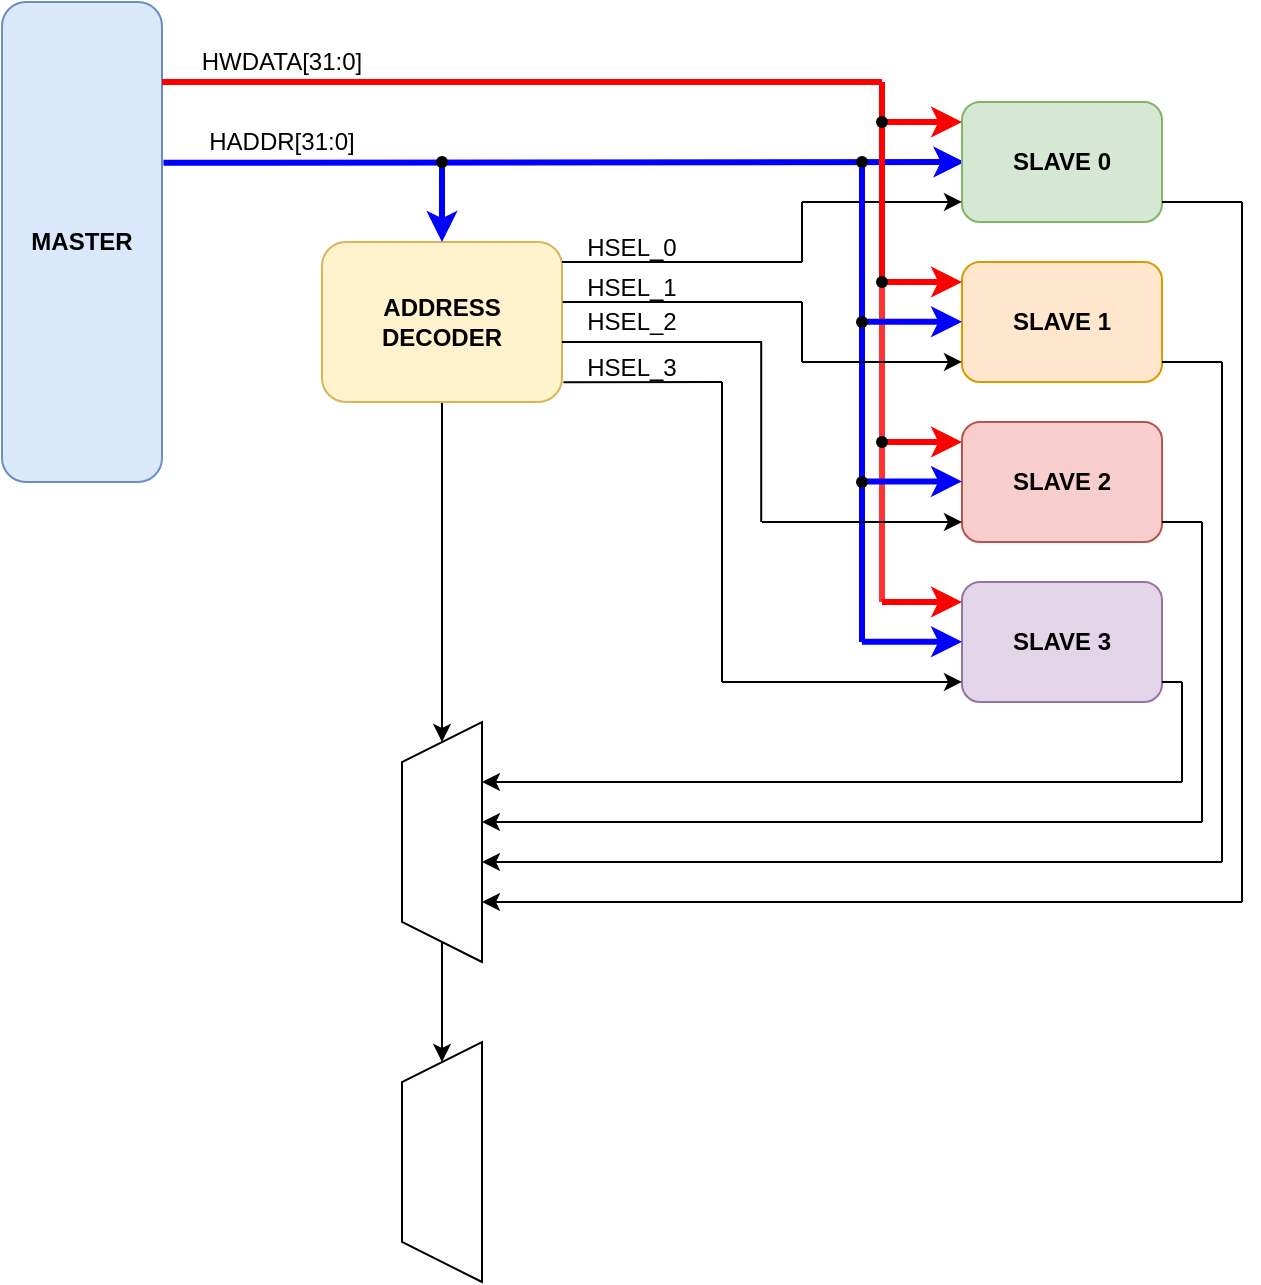
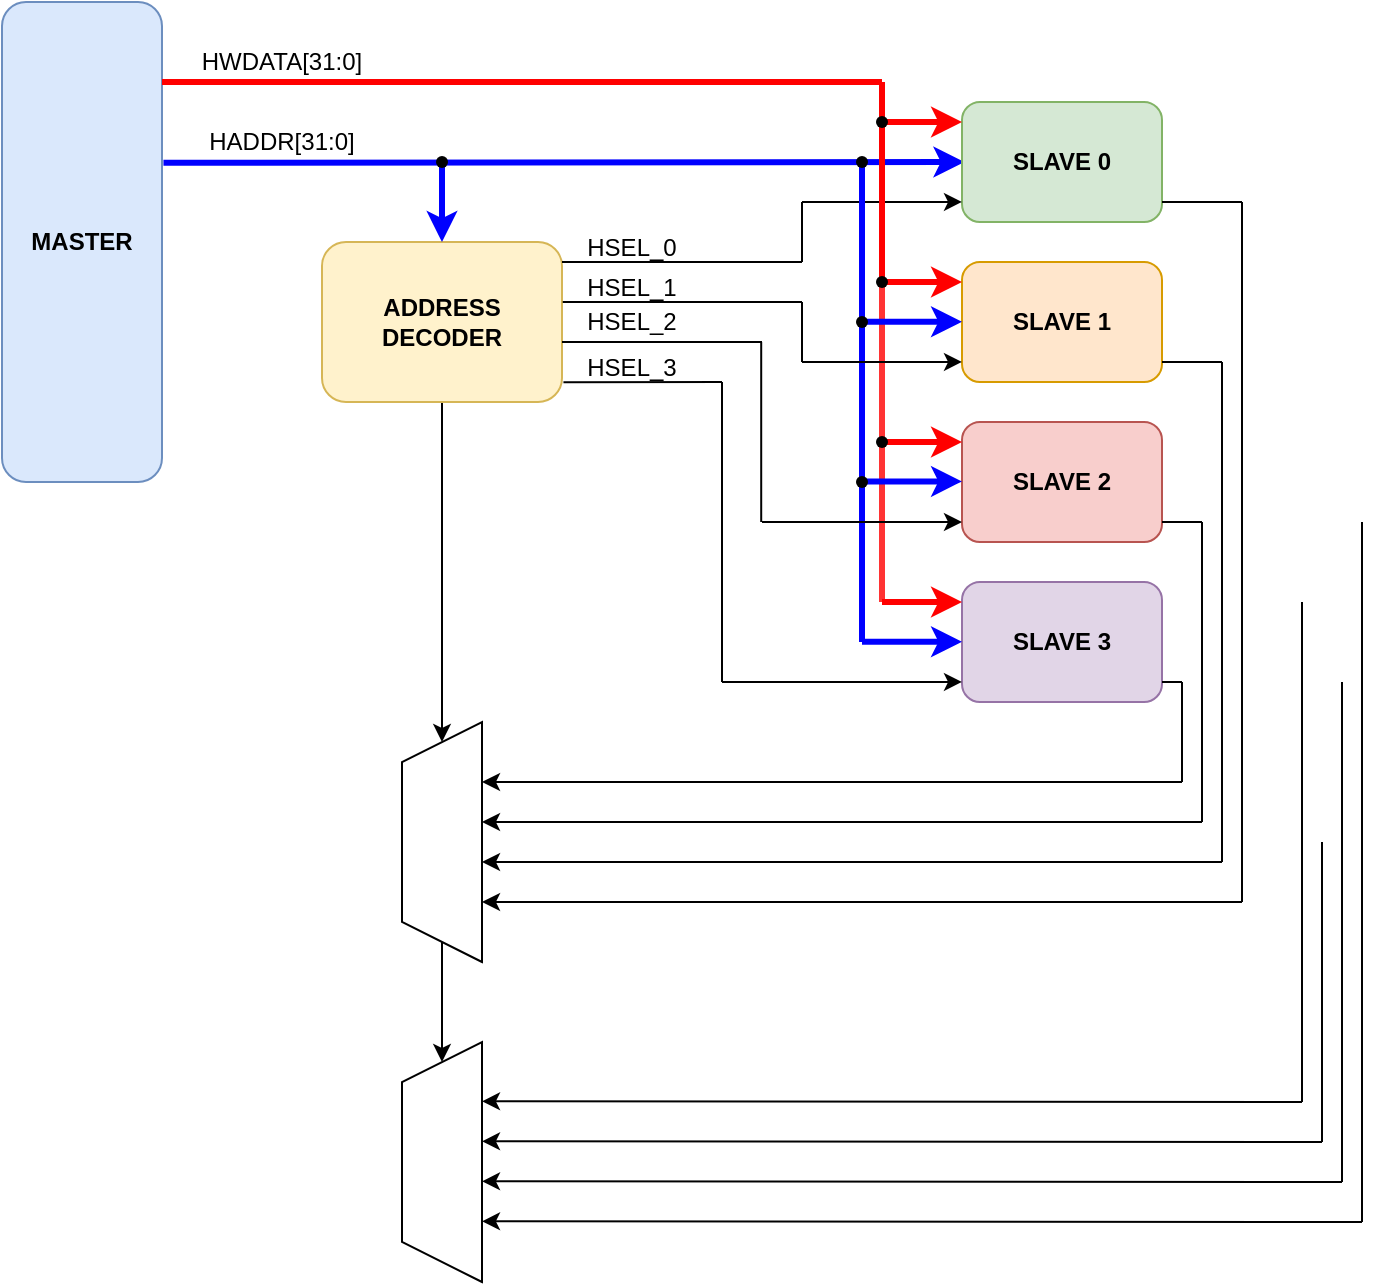
<mxfile host="app.diagrams.net" agent="Mozilla/5.0 (Windows NT 10.0; Win64; x64) AppleWebKit/537.36 (KHTML, like Gecko) Chrome/144.0.0.0 Safari/537.36 Edg/144.0.0.0" pages="4">
  <diagram id="00dOMP4ly3Yvcw6Omt_P" name="AHB Block Diagram">
-     <mxGraphModel dx="527" dy="762" grid="1" gridSize="10" guides="1" tooltips="1" connect="1" arrows="1" fold="1" page="1" pageScale="1" pageWidth="850" pageHeight="1100" math="0" shadow="0">
+     <mxGraphModel dx="178" dy="257" grid="1" gridSize="10" guides="1" tooltips="1" connect="1" arrows="1" fold="1" page="1" pageScale="1" pageWidth="850" pageHeight="1100" math="0" shadow="0">
      <root>
        <mxCell id="0" />
        <mxCell id="1" parent="0" />
        <mxCell id="WVtcaOnAu4kVJNJomXHp-1" parent="1" style="rounded=1;whiteSpace=wrap;html=1;fillColor=#dae8fc;strokeColor=#6c8ebf;" value="&lt;b&gt;MASTER&lt;/b&gt;" vertex="1">
          <mxGeometry height="240" width="80" x="80" y="160" as="geometry" />
        </mxCell>
        <mxCell id="WVtcaOnAu4kVJNJomXHp-55" edge="1" parent="1" source="WVtcaOnAu4kVJNJomXHp-3" style="edgeStyle=orthogonalEdgeStyle;rounded=0;orthogonalLoop=1;jettySize=auto;html=1;entryX=1;entryY=0.5;entryDx=0;entryDy=0;" target="WVtcaOnAu4kVJNJomXHp-53">
          <mxGeometry relative="1" as="geometry" />
        </mxCell>
        <mxCell id="WVtcaOnAu4kVJNJomXHp-3" parent="1" style="rounded=1;whiteSpace=wrap;html=1;fillColor=#fff2cc;strokeColor=#d6b656;" value="&lt;b&gt;ADDRESS DECODER&lt;/b&gt;" vertex="1">
          <mxGeometry height="80" width="120" x="240" y="280" as="geometry" />
        </mxCell>
        <mxCell id="WVtcaOnAu4kVJNJomXHp-4" edge="1" parent="1" source="WVtcaOnAu4kVJNJomXHp-1" style="endArrow=classic;html=1;rounded=0;exitX=1.009;exitY=0.335;exitDx=0;exitDy=0;exitPerimeter=0;strokeWidth=3;strokeColor=#0000FF;" value="">
          <mxGeometry height="50" relative="1" width="50" as="geometry">
            <mxPoint x="170" y="240" as="sourcePoint" />
            <mxPoint x="561.2" y="240" as="targetPoint" />
          </mxGeometry>
        </mxCell>
        <mxCell id="WVtcaOnAu4kVJNJomXHp-5" edge="1" parent="1" source="WVtcaOnAu4kVJNJomXHp-6" style="endArrow=classic;html=1;rounded=0;entryX=0.5;entryY=0;entryDx=0;entryDy=0;strokeWidth=3;strokeColor=#0000FF;" target="WVtcaOnAu4kVJNJomXHp-3" value="">
          <mxGeometry height="50" relative="1" width="50" as="geometry">
            <mxPoint x="340" y="240" as="sourcePoint" />
            <mxPoint x="390" y="190" as="targetPoint" />
          </mxGeometry>
        </mxCell>
        <mxCell id="WVtcaOnAu4kVJNJomXHp-6" parent="1" style="shape=waypoint;sketch=0;fillStyle=solid;size=6;pointerEvents=1;points=[];fillColor=none;resizable=0;rotatable=0;perimeter=centerPerimeter;snapToPoint=1;" value="" vertex="1">
          <mxGeometry height="20" width="20" x="290" y="230" as="geometry" />
        </mxCell>
        <mxCell id="WVtcaOnAu4kVJNJomXHp-7" parent="1" style="rounded=1;whiteSpace=wrap;html=1;fillColor=#d5e8d4;strokeColor=#82b366;fontStyle=1" value="SLAVE 0" vertex="1">
          <mxGeometry height="60" width="100" x="560" y="210" as="geometry" />
        </mxCell>
        <mxCell id="WVtcaOnAu4kVJNJomXHp-8" parent="1" style="rounded=1;whiteSpace=wrap;html=1;fillColor=#ffe6cc;strokeColor=#d79b00;fontStyle=1" value="SLAVE 1" vertex="1">
          <mxGeometry height="60" width="100" x="560" y="290" as="geometry" />
        </mxCell>
        <mxCell id="WVtcaOnAu4kVJNJomXHp-9" parent="1" style="rounded=1;whiteSpace=wrap;html=1;fillColor=#f8cecc;strokeColor=#b85450;fontStyle=1" value="SLAVE 2" vertex="1">
          <mxGeometry height="60" width="100" x="560" y="370" as="geometry" />
        </mxCell>
        <mxCell id="WVtcaOnAu4kVJNJomXHp-10" parent="1" style="rounded=1;whiteSpace=wrap;html=1;fillColor=#e1d5e7;strokeColor=#9673a6;fontStyle=1" value="SLAVE 3" vertex="1">
          <mxGeometry height="60" width="100" x="560" y="450" as="geometry" />
        </mxCell>
        <mxCell id="WVtcaOnAu4kVJNJomXHp-11" edge="1" parent="1" source="WVtcaOnAu4kVJNJomXHp-3" style="endArrow=none;html=1;rounded=0;exitX=1;exitY=0.125;exitDx=0;exitDy=0;exitPerimeter=0;" value="">
          <mxGeometry height="50" relative="1" width="50" as="geometry">
            <mxPoint x="410" y="290" as="sourcePoint" />
            <mxPoint x="480" y="290" as="targetPoint" />
          </mxGeometry>
        </mxCell>
        <mxCell id="WVtcaOnAu4kVJNJomXHp-12" edge="1" parent="1" style="endArrow=none;html=1;rounded=0;" value="">
          <mxGeometry height="50" relative="1" width="50" as="geometry">
            <mxPoint x="480" y="290" as="sourcePoint" />
            <mxPoint x="480" y="260" as="targetPoint" />
          </mxGeometry>
        </mxCell>
        <mxCell id="WVtcaOnAu4kVJNJomXHp-13" edge="1" parent="1" style="endArrow=classic;html=1;rounded=0;entryX=0;entryY=0.833;entryDx=0;entryDy=0;entryPerimeter=0;" target="WVtcaOnAu4kVJNJomXHp-7" value="">
          <mxGeometry height="50" relative="1" width="50" as="geometry">
            <mxPoint x="480" y="260" as="sourcePoint" />
            <mxPoint x="540" y="260" as="targetPoint" />
          </mxGeometry>
        </mxCell>
        <mxCell id="WVtcaOnAu4kVJNJomXHp-18" edge="1" parent="1" style="endArrow=none;html=1;rounded=0;strokeWidth=3;strokeColor=#FF0000;" value="">
          <mxGeometry height="50" relative="1" width="50" as="geometry">
            <mxPoint x="160" y="200" as="sourcePoint" />
            <mxPoint x="520" y="200" as="targetPoint" />
          </mxGeometry>
        </mxCell>
        <mxCell id="WVtcaOnAu4kVJNJomXHp-19" edge="1" parent="1" source="WVtcaOnAu4kVJNJomXHp-25" style="endArrow=none;html=1;rounded=0;strokeWidth=3;strokeColor=#FF0000;" value="">
          <mxGeometry height="50" relative="1" width="50" as="geometry">
            <mxPoint x="520" y="380" as="sourcePoint" />
            <mxPoint x="520" y="200" as="targetPoint" />
          </mxGeometry>
        </mxCell>
        <mxCell id="WVtcaOnAu4kVJNJomXHp-20" edge="1" parent="1" style="endArrow=classic;html=1;rounded=0;entryX=0;entryY=0.167;entryDx=0;entryDy=0;entryPerimeter=0;strokeWidth=3;strokeColor=#FF0000;" target="WVtcaOnAu4kVJNJomXHp-7" value="">
          <mxGeometry height="50" relative="1" width="50" as="geometry">
            <mxPoint x="520" y="220" as="sourcePoint" />
            <mxPoint x="570" y="170" as="targetPoint" />
          </mxGeometry>
        </mxCell>
        <mxCell id="WVtcaOnAu4kVJNJomXHp-22" edge="1" parent="1" style="endArrow=classic;html=1;rounded=0;entryX=0;entryY=0.167;entryDx=0;entryDy=0;entryPerimeter=0;strokeWidth=3;strokeColor=#FF0000;" value="">
          <mxGeometry height="50" relative="1" width="50" as="geometry">
            <mxPoint x="520" y="300" as="sourcePoint" />
            <mxPoint x="560" y="300" as="targetPoint" />
          </mxGeometry>
        </mxCell>
        <mxCell id="WVtcaOnAu4kVJNJomXHp-23" parent="1" style="shape=waypoint;sketch=0;fillStyle=solid;size=6;pointerEvents=1;points=[];fillColor=none;resizable=0;rotatable=0;perimeter=centerPerimeter;snapToPoint=1;" value="" vertex="1">
          <mxGeometry height="20" width="20" x="510" y="210" as="geometry" />
        </mxCell>
        <mxCell id="WVtcaOnAu4kVJNJomXHp-24" edge="1" parent="1" style="endArrow=classic;html=1;rounded=0;entryX=0;entryY=0.167;entryDx=0;entryDy=0;entryPerimeter=0;strokeWidth=3;strokeColor=#FF0000;" value="">
          <mxGeometry height="50" relative="1" width="50" as="geometry">
            <mxPoint x="520" y="380" as="sourcePoint" />
            <mxPoint x="560" y="380" as="targetPoint" />
          </mxGeometry>
        </mxCell>
        <mxCell id="WVtcaOnAu4kVJNJomXHp-26" edge="1" parent="1" style="endArrow=none;html=1;rounded=0;strokeWidth=3;strokeColor=#FF3333;" target="WVtcaOnAu4kVJNJomXHp-25" value="">
          <mxGeometry height="50" relative="1" width="50" as="geometry">
            <mxPoint x="520" y="460" as="sourcePoint" />
            <mxPoint x="520" y="200" as="targetPoint" />
          </mxGeometry>
        </mxCell>
        <mxCell id="WVtcaOnAu4kVJNJomXHp-25" parent="1" style="shape=waypoint;sketch=0;fillStyle=solid;size=6;pointerEvents=1;points=[];fillColor=none;resizable=0;rotatable=0;perimeter=centerPerimeter;snapToPoint=1;" value="" vertex="1">
          <mxGeometry height="20" width="20" x="510" y="290" as="geometry" />
        </mxCell>
        <mxCell id="WVtcaOnAu4kVJNJomXHp-27" edge="1" parent="1" style="endArrow=none;html=1;rounded=0;strokeWidth=3;strokeColor=#0000FF;" target="WVtcaOnAu4kVJNJomXHp-30" value="">
          <mxGeometry height="50" relative="1" width="50" as="geometry">
            <mxPoint x="510" y="480" as="sourcePoint" />
            <mxPoint x="510" y="240" as="targetPoint" />
          </mxGeometry>
        </mxCell>
        <mxCell id="WVtcaOnAu4kVJNJomXHp-28" edge="1" parent="1" style="endArrow=classic;html=1;rounded=0;entryX=0;entryY=0.167;entryDx=0;entryDy=0;entryPerimeter=0;strokeWidth=3;strokeColor=#0000FF;" value="">
          <mxGeometry height="50" relative="1" width="50" as="geometry">
            <mxPoint x="510" y="399.72" as="sourcePoint" />
            <mxPoint x="560" y="399.72" as="targetPoint" />
          </mxGeometry>
        </mxCell>
        <mxCell id="WVtcaOnAu4kVJNJomXHp-29" edge="1" parent="1" style="endArrow=classic;html=1;rounded=0;entryX=0;entryY=0.167;entryDx=0;entryDy=0;entryPerimeter=0;strokeWidth=3;strokeColor=#0000FF;" value="">
          <mxGeometry height="50" relative="1" width="50" as="geometry">
            <mxPoint x="510" y="319.86" as="sourcePoint" />
            <mxPoint x="560" y="319.86" as="targetPoint" />
          </mxGeometry>
        </mxCell>
        <mxCell id="WVtcaOnAu4kVJNJomXHp-30" parent="1" style="shape=waypoint;sketch=0;fillStyle=solid;size=6;pointerEvents=1;points=[];fillColor=none;resizable=0;rotatable=0;perimeter=centerPerimeter;snapToPoint=1;" value="" vertex="1">
          <mxGeometry height="20" width="20" x="500.0000000000001" y="230" as="geometry" />
        </mxCell>
        <mxCell id="WVtcaOnAu4kVJNJomXHp-31" parent="1" style="shape=waypoint;sketch=0;fillStyle=solid;size=6;pointerEvents=1;points=[];fillColor=none;resizable=0;rotatable=0;perimeter=centerPerimeter;snapToPoint=1;" value="" vertex="1">
          <mxGeometry height="20" width="20" x="500" y="310" as="geometry" />
        </mxCell>
        <mxCell id="WVtcaOnAu4kVJNJomXHp-32" edge="1" parent="1" style="endArrow=classic;html=1;rounded=0;entryX=0;entryY=0.167;entryDx=0;entryDy=0;entryPerimeter=0;strokeWidth=3;strokeColor=#FF0000;" value="">
          <mxGeometry height="50" relative="1" width="50" as="geometry">
            <mxPoint x="520" y="460" as="sourcePoint" />
            <mxPoint x="560" y="460" as="targetPoint" />
          </mxGeometry>
        </mxCell>
        <mxCell id="WVtcaOnAu4kVJNJomXHp-33" edge="1" parent="1" style="endArrow=classic;html=1;rounded=0;entryX=0;entryY=0.167;entryDx=0;entryDy=0;entryPerimeter=0;strokeWidth=3;strokeColor=#0000FF;" value="">
          <mxGeometry height="50" relative="1" width="50" as="geometry">
            <mxPoint x="510" y="479.88" as="sourcePoint" />
            <mxPoint x="560" y="479.88" as="targetPoint" />
          </mxGeometry>
        </mxCell>
        <mxCell id="WVtcaOnAu4kVJNJomXHp-34" parent="1" style="shape=waypoint;sketch=0;fillStyle=solid;size=6;pointerEvents=1;points=[];fillColor=none;resizable=0;rotatable=0;perimeter=centerPerimeter;snapToPoint=1;" value="" vertex="1">
          <mxGeometry height="20" width="20" x="510" y="370" as="geometry" />
        </mxCell>
        <mxCell id="WVtcaOnAu4kVJNJomXHp-35" parent="1" style="shape=waypoint;sketch=0;fillStyle=solid;size=6;pointerEvents=1;points=[];fillColor=none;resizable=0;rotatable=0;perimeter=centerPerimeter;snapToPoint=1;" value="" vertex="1">
          <mxGeometry height="20" width="20" x="500" y="390" as="geometry" />
        </mxCell>
        <mxCell id="WVtcaOnAu4kVJNJomXHp-38" edge="1" parent="1" source="WVtcaOnAu4kVJNJomXHp-3" style="endArrow=none;html=1;rounded=0;exitX=1.003;exitY=0.375;exitDx=0;exitDy=0;exitPerimeter=0;" value="">
          <mxGeometry height="50" relative="1" width="50" as="geometry">
            <mxPoint x="400" y="310" as="sourcePoint" />
            <mxPoint x="480" y="310" as="targetPoint" />
          </mxGeometry>
        </mxCell>
        <mxCell id="WVtcaOnAu4kVJNJomXHp-39" edge="1" parent="1" source="WVtcaOnAu4kVJNJomXHp-3" style="endArrow=none;html=1;rounded=0;exitX=1;exitY=0.625;exitDx=0;exitDy=0;exitPerimeter=0;" value="">
          <mxGeometry height="50" relative="1" width="50" as="geometry">
            <mxPoint x="400" y="330" as="sourcePoint" />
            <mxPoint x="460" y="330" as="targetPoint" />
          </mxGeometry>
        </mxCell>
        <mxCell id="WVtcaOnAu4kVJNJomXHp-40" edge="1" parent="1" source="WVtcaOnAu4kVJNJomXHp-3" style="endArrow=none;html=1;rounded=0;exitX=1.006;exitY=0.877;exitDx=0;exitDy=0;exitPerimeter=0;" value="">
          <mxGeometry height="50" relative="1" width="50" as="geometry">
            <mxPoint x="400" y="350" as="sourcePoint" />
            <mxPoint x="440" y="350" as="targetPoint" />
          </mxGeometry>
        </mxCell>
        <mxCell id="WVtcaOnAu4kVJNJomXHp-41" edge="1" parent="1" style="endArrow=none;html=1;rounded=0;" value="">
          <mxGeometry height="50" relative="1" width="50" as="geometry">
            <mxPoint x="440" y="500" as="sourcePoint" />
            <mxPoint x="440" y="350" as="targetPoint" />
          </mxGeometry>
        </mxCell>
        <mxCell id="WVtcaOnAu4kVJNJomXHp-42" edge="1" parent="1" style="endArrow=classic;html=1;rounded=0;entryX=0;entryY=0.833;entryDx=0;entryDy=0;entryPerimeter=0;" target="WVtcaOnAu4kVJNJomXHp-10" value="">
          <mxGeometry height="50" relative="1" width="50" as="geometry">
            <mxPoint x="440" y="499.98" as="sourcePoint" />
            <mxPoint x="470" y="450" as="targetPoint" />
          </mxGeometry>
        </mxCell>
        <mxCell id="WVtcaOnAu4kVJNJomXHp-43" edge="1" parent="1" style="endArrow=none;html=1;rounded=0;" value="">
          <mxGeometry height="50" relative="1" width="50" as="geometry">
            <mxPoint x="459.6" y="420" as="sourcePoint" />
            <mxPoint x="459.6" y="330" as="targetPoint" />
          </mxGeometry>
        </mxCell>
        <mxCell id="WVtcaOnAu4kVJNJomXHp-44" edge="1" parent="1" style="endArrow=classic;html=1;rounded=0;entryX=0;entryY=0.833;entryDx=0;entryDy=0;entryPerimeter=0;" value="">
          <mxGeometry height="50" relative="1" width="50" as="geometry">
            <mxPoint x="460" y="420" as="sourcePoint" />
            <mxPoint x="560" y="420" as="targetPoint" />
          </mxGeometry>
        </mxCell>
        <mxCell id="WVtcaOnAu4kVJNJomXHp-45" edge="1" parent="1" style="endArrow=none;html=1;rounded=0;" value="">
          <mxGeometry height="50" relative="1" width="50" as="geometry">
            <mxPoint x="480" y="340" as="sourcePoint" />
            <mxPoint x="480" y="310" as="targetPoint" />
          </mxGeometry>
        </mxCell>
        <mxCell id="WVtcaOnAu4kVJNJomXHp-46" edge="1" parent="1" style="endArrow=classic;html=1;rounded=0;entryX=0;entryY=0.833;entryDx=0;entryDy=0;entryPerimeter=0;" target="WVtcaOnAu4kVJNJomXHp-8" value="">
          <mxGeometry height="50" relative="1" width="50" as="geometry">
            <mxPoint x="480" y="340" as="sourcePoint" />
            <mxPoint x="550" y="340" as="targetPoint" />
          </mxGeometry>
        </mxCell>
        <mxCell id="WVtcaOnAu4kVJNJomXHp-47" parent="1" style="text;html=1;whiteSpace=wrap;strokeColor=none;fillColor=none;align=center;verticalAlign=middle;rounded=0;" value="HSEL_0" vertex="1">
          <mxGeometry height="15" width="60" x="365" y="275" as="geometry" />
        </mxCell>
        <mxCell id="WVtcaOnAu4kVJNJomXHp-48" parent="1" style="text;html=1;whiteSpace=wrap;strokeColor=none;fillColor=none;align=center;verticalAlign=middle;rounded=0;" value="HSEL_1" vertex="1">
          <mxGeometry height="15" width="60" x="365" y="295" as="geometry" />
        </mxCell>
        <mxCell id="WVtcaOnAu4kVJNJomXHp-49" parent="1" style="text;html=1;whiteSpace=wrap;strokeColor=none;fillColor=none;align=center;verticalAlign=middle;rounded=0;" value="HSEL_2" vertex="1">
          <mxGeometry height="7.5" width="60" x="365" y="316.25" as="geometry" />
        </mxCell>
        <mxCell id="WVtcaOnAu4kVJNJomXHp-50" parent="1" style="text;html=1;whiteSpace=wrap;strokeColor=none;fillColor=none;align=center;verticalAlign=middle;rounded=0;" value="HSEL_3" vertex="1">
          <mxGeometry height="15" width="60" x="365" y="335" as="geometry" />
        </mxCell>
        <mxCell id="WVtcaOnAu4kVJNJomXHp-51" parent="1" style="text;html=1;whiteSpace=wrap;strokeColor=none;fillColor=none;align=center;verticalAlign=middle;rounded=0;" value="HWDATA[31:0]" vertex="1">
          <mxGeometry height="20" width="80" x="180" y="180" as="geometry" />
        </mxCell>
        <mxCell id="WVtcaOnAu4kVJNJomXHp-52" parent="1" style="text;html=1;whiteSpace=wrap;strokeColor=none;fillColor=none;align=center;verticalAlign=middle;rounded=0;" value="HADDR[31:0]" vertex="1">
          <mxGeometry height="20" width="80" x="180" y="220" as="geometry" />
        </mxCell>
        <mxCell id="WVtcaOnAu4kVJNJomXHp-53" parent="1" style="shape=trapezoid;perimeter=trapezoidPerimeter;whiteSpace=wrap;html=1;fixedSize=1;rotation=-90;" value="" vertex="1">
          <mxGeometry height="40" width="120" x="240" y="560" as="geometry" />
        </mxCell>
        <mxCell id="WVtcaOnAu4kVJNJomXHp-54" parent="1" style="shape=trapezoid;perimeter=trapezoidPerimeter;whiteSpace=wrap;html=1;fixedSize=1;rotation=-90;" value="" vertex="1">
          <mxGeometry height="40" width="120" x="240" y="720" as="geometry" />
        </mxCell>
        <mxCell id="WVtcaOnAu4kVJNJomXHp-56" edge="1" parent="1" source="WVtcaOnAu4kVJNJomXHp-53" style="endArrow=classic;html=1;rounded=0;exitX=0;exitY=0.5;exitDx=0;exitDy=0;entryX=1;entryY=0.5;entryDx=0;entryDy=0;" target="WVtcaOnAu4kVJNJomXHp-54" value="">
          <mxGeometry height="50" relative="1" width="50" as="geometry">
            <mxPoint x="360" y="680" as="sourcePoint" />
            <mxPoint x="410" y="630" as="targetPoint" />
          </mxGeometry>
        </mxCell>
        <mxCell id="WVtcaOnAu4kVJNJomXHp-58" edge="1" parent="1" style="endArrow=classic;html=1;rounded=0;" value="">
          <mxGeometry height="50" relative="1" width="50" as="geometry">
            <mxPoint x="670" y="550" as="sourcePoint" />
            <mxPoint x="320" y="550" as="targetPoint" />
          </mxGeometry>
        </mxCell>
        <mxCell id="WVtcaOnAu4kVJNJomXHp-59" edge="1" parent="1" style="endArrow=classic;html=1;rounded=0;" value="">
          <mxGeometry height="50" relative="1" width="50" as="geometry">
            <mxPoint x="680" y="570" as="sourcePoint" />
            <mxPoint x="320" y="570" as="targetPoint" />
          </mxGeometry>
        </mxCell>
        <mxCell id="WVtcaOnAu4kVJNJomXHp-60" edge="1" parent="1" style="endArrow=classic;html=1;rounded=0;" value="">
          <mxGeometry height="50" relative="1" width="50" as="geometry">
            <mxPoint x="690" y="590" as="sourcePoint" />
            <mxPoint x="320" y="590" as="targetPoint" />
          </mxGeometry>
        </mxCell>
        <mxCell id="WVtcaOnAu4kVJNJomXHp-61" edge="1" parent="1" style="endArrow=classic;html=1;rounded=0;" value="">
          <mxGeometry height="50" relative="1" width="50" as="geometry">
            <mxPoint x="700" y="610" as="sourcePoint" />
            <mxPoint x="320" y="610" as="targetPoint" />
          </mxGeometry>
        </mxCell>
        <mxCell id="WVtcaOnAu4kVJNJomXHp-62" edge="1" parent="1" style="endArrow=none;html=1;rounded=0;" value="">
          <mxGeometry height="50" relative="1" width="50" as="geometry">
            <mxPoint x="670" y="550" as="sourcePoint" />
            <mxPoint x="670" y="500" as="targetPoint" />
          </mxGeometry>
        </mxCell>
        <mxCell id="WVtcaOnAu4kVJNJomXHp-63" edge="1" parent="1" style="endArrow=none;html=1;rounded=0;" value="">
          <mxGeometry height="50" relative="1" width="50" as="geometry">
            <mxPoint x="660" y="500" as="sourcePoint" />
            <mxPoint x="670" y="500" as="targetPoint" />
          </mxGeometry>
        </mxCell>
        <mxCell id="WVtcaOnAu4kVJNJomXHp-64" edge="1" parent="1" style="endArrow=none;html=1;rounded=0;" value="">
          <mxGeometry height="50" relative="1" width="50" as="geometry">
            <mxPoint x="680" y="570" as="sourcePoint" />
            <mxPoint x="680" y="420" as="targetPoint" />
          </mxGeometry>
        </mxCell>
        <mxCell id="WVtcaOnAu4kVJNJomXHp-65" edge="1" parent="1" style="endArrow=none;html=1;rounded=0;" value="">
          <mxGeometry height="50" relative="1" width="50" as="geometry">
            <mxPoint x="660" y="420" as="sourcePoint" />
            <mxPoint x="680" y="420" as="targetPoint" />
          </mxGeometry>
        </mxCell>
        <mxCell id="WVtcaOnAu4kVJNJomXHp-66" edge="1" parent="1" style="endArrow=none;html=1;rounded=0;" value="">
          <mxGeometry height="50" relative="1" width="50" as="geometry">
            <mxPoint x="690" y="590" as="sourcePoint" />
            <mxPoint x="690" y="340" as="targetPoint" />
          </mxGeometry>
        </mxCell>
        <mxCell id="WVtcaOnAu4kVJNJomXHp-67" edge="1" parent="1" style="endArrow=none;html=1;rounded=0;" value="">
          <mxGeometry height="50" relative="1" width="50" as="geometry">
            <mxPoint x="660" y="340" as="sourcePoint" />
            <mxPoint x="690" y="340" as="targetPoint" />
          </mxGeometry>
        </mxCell>
        <mxCell id="WVtcaOnAu4kVJNJomXHp-69" edge="1" parent="1" style="endArrow=none;html=1;rounded=0;" value="">
          <mxGeometry height="50" relative="1" width="50" as="geometry">
            <mxPoint x="700" y="610" as="sourcePoint" />
            <mxPoint x="700" y="260" as="targetPoint" />
          </mxGeometry>
        </mxCell>
        <mxCell id="WVtcaOnAu4kVJNJomXHp-71" edge="1" parent="1" style="endArrow=none;html=1;rounded=0;" value="">
          <mxGeometry height="50" relative="1" width="50" as="geometry">
            <mxPoint x="660" y="260" as="sourcePoint" />
            <mxPoint x="700" y="260" as="targetPoint" />
+           </mxGeometry>
+         </mxCell>
+         <mxCell id="WVtcaOnAu4kVJNJomXHp-72" edge="1" parent="1" style="endArrow=classic;html=1;rounded=0;" value="">
+           <mxGeometry height="50" relative="1" width="50" as="geometry">
+             <mxPoint x="730" y="710" as="sourcePoint" />
+             <mxPoint x="320" y="709.66" as="targetPoint" />
+           </mxGeometry>
+         </mxCell>
+         <mxCell id="WVtcaOnAu4kVJNJomXHp-73" edge="1" parent="1" style="endArrow=classic;html=1;rounded=0;" value="">
+           <mxGeometry height="50" relative="1" width="50" as="geometry">
+             <mxPoint x="740" y="730" as="sourcePoint" />
+             <mxPoint x="320" y="729.66" as="targetPoint" />
+           </mxGeometry>
+         </mxCell>
+         <mxCell id="WVtcaOnAu4kVJNJomXHp-74" edge="1" parent="1" style="endArrow=classic;html=1;rounded=0;" value="">
+           <mxGeometry height="50" relative="1" width="50" as="geometry">
+             <mxPoint x="750" y="750" as="sourcePoint" />
+             <mxPoint x="320" y="749.66" as="targetPoint" />
+           </mxGeometry>
+         </mxCell>
+         <mxCell id="WVtcaOnAu4kVJNJomXHp-75" edge="1" parent="1" style="endArrow=classic;html=1;rounded=0;" value="">
+           <mxGeometry height="50" relative="1" width="50" as="geometry">
+             <mxPoint x="760" y="770" as="sourcePoint" />
+             <mxPoint x="320" y="769.66" as="targetPoint" />
+           </mxGeometry>
+         </mxCell>
+         <mxCell id="WVtcaOnAu4kVJNJomXHp-76" edge="1" parent="1" style="endArrow=none;html=1;rounded=0;" value="">
+           <mxGeometry height="50" relative="1" width="50" as="geometry">
+             <mxPoint x="730" y="710" as="sourcePoint" />
+             <mxPoint x="730" y="460" as="targetPoint" />
+           </mxGeometry>
+         </mxCell>
+         <mxCell id="WVtcaOnAu4kVJNJomXHp-77" edge="1" parent="1" style="endArrow=none;html=1;rounded=0;" value="">
+           <mxGeometry height="50" relative="1" width="50" as="geometry">
+             <mxPoint x="740" y="730" as="sourcePoint" />
+             <mxPoint x="740" y="580" as="targetPoint" />
+           </mxGeometry>
+         </mxCell>
+         <mxCell id="WVtcaOnAu4kVJNJomXHp-78" edge="1" parent="1" style="endArrow=none;html=1;rounded=0;" value="">
+           <mxGeometry height="50" relative="1" width="50" as="geometry">
+             <mxPoint x="750" y="750" as="sourcePoint" />
+             <mxPoint x="750" y="500" as="targetPoint" />
+           </mxGeometry>
+         </mxCell>
+         <mxCell id="WVtcaOnAu4kVJNJomXHp-79" edge="1" parent="1" style="endArrow=none;html=1;rounded=0;" value="">
+           <mxGeometry height="50" relative="1" width="50" as="geometry">
+             <mxPoint x="760" y="770" as="sourcePoint" />
+             <mxPoint x="760" y="420" as="targetPoint" />
          </mxGeometry>
        </mxCell>
      </root>
    </mxGraphModel>
  </diagram>
  <diagram name="AHB Interface" id="AxdGKtdG9Rmgfqjtrl1U">
    <mxGraphModel dx="2046" dy="1106" grid="1" gridSize="10" guides="1" tooltips="1" connect="1" arrows="1" fold="1" page="1" pageScale="1" pageWidth="850" pageHeight="1100" math="0" shadow="0">
      <root>
        <mxCell id="0" />
        <mxCell id="1" parent="0" />
        <mxCell id="BZ9neWvH9tw47nREzwFn-1" parent="1" style="rounded=0;whiteSpace=wrap;html=1;" value="&lt;font style=&quot;font-size: 16px;&quot;&gt;&lt;b&gt;Manager&lt;/b&gt;&lt;/font&gt;" vertex="1">
          <mxGeometry height="200" width="120" x="400" y="80" as="geometry" />
        </mxCell>
        <mxCell id="BZ9neWvH9tw47nREzwFn-2" edge="1" parent="1" style="endArrow=classic;html=1;rounded=0;" value="">
          <mxGeometry height="50" relative="1" width="50" as="geometry">
            <mxPoint x="360" y="100" as="sourcePoint" />
            <mxPoint x="400" y="100" as="targetPoint" />
          </mxGeometry>
        </mxCell>
        <mxCell id="BZ9neWvH9tw47nREzwFn-3" edge="1" parent="1" style="endArrow=classic;html=1;rounded=0;" value="">
          <mxGeometry height="50" relative="1" width="50" as="geometry">
            <mxPoint x="360" y="120" as="sourcePoint" />
            <mxPoint x="400" y="120" as="targetPoint" />
          </mxGeometry>
        </mxCell>
        <mxCell id="BZ9neWvH9tw47nREzwFn-4" parent="1" style="text;html=1;whiteSpace=wrap;strokeColor=none;fillColor=none;align=center;verticalAlign=middle;rounded=0;fontStyle=1" value="HCLK" vertex="1">
          <mxGeometry height="20" width="40" x="320" y="90" as="geometry" />
        </mxCell>
        <mxCell id="BZ9neWvH9tw47nREzwFn-5" parent="1" style="text;html=1;whiteSpace=wrap;strokeColor=none;fillColor=none;align=center;verticalAlign=middle;rounded=0;fontStyle=1" value="HRESETn" vertex="1">
          <mxGeometry height="20" width="60" x="300" y="110" as="geometry" />
        </mxCell>
        <mxCell id="BZ9neWvH9tw47nREzwFn-6" parent="1" style="text;html=1;whiteSpace=wrap;strokeColor=none;fillColor=none;align=center;verticalAlign=middle;rounded=0;fontStyle=1" value="HREADY" vertex="1">
          <mxGeometry height="20" width="60" x="300" y="150" as="geometry" />
        </mxCell>
        <mxCell id="BZ9neWvH9tw47nREzwFn-7" edge="1" parent="1" style="endArrow=classic;html=1;rounded=0;" value="">
          <mxGeometry height="50" relative="1" width="50" as="geometry">
            <mxPoint x="360" y="160" as="sourcePoint" />
            <mxPoint x="400" y="160" as="targetPoint" />
          </mxGeometry>
        </mxCell>
        <mxCell id="BZ9neWvH9tw47nREzwFn-8" edge="1" parent="1" style="endArrow=classic;html=1;rounded=0;" value="">
          <mxGeometry height="50" relative="1" width="50" as="geometry">
            <mxPoint x="360" y="180" as="sourcePoint" />
            <mxPoint x="400" y="180" as="targetPoint" />
          </mxGeometry>
        </mxCell>
        <mxCell id="BZ9neWvH9tw47nREzwFn-9" parent="1" style="text;html=1;whiteSpace=wrap;strokeColor=none;fillColor=none;align=center;verticalAlign=middle;rounded=0;fontStyle=1" value="HSELx" vertex="1">
          <mxGeometry height="20" width="60" x="310" y="430" as="geometry" />
        </mxCell>
        <mxCell id="BZ9neWvH9tw47nREzwFn-10" edge="1" parent="1" style="endArrow=classic;html=1;rounded=0;" value="">
          <mxGeometry height="50" relative="1" width="50" as="geometry">
            <mxPoint x="360" y="260" as="sourcePoint" />
            <mxPoint x="400" y="260" as="targetPoint" />
          </mxGeometry>
        </mxCell>
        <mxCell id="BZ9neWvH9tw47nREzwFn-11" parent="1" style="text;html=1;whiteSpace=wrap;strokeColor=none;fillColor=none;align=center;verticalAlign=middle;rounded=0;fontStyle=1" value="HRDATA[31:0]" vertex="1">
          <mxGeometry height="20" width="90" x="270" y="250" as="geometry" />
        </mxCell>
        <mxCell id="BZ9neWvH9tw47nREzwFn-12" edge="1" parent="1" style="endArrow=classic;html=1;rounded=0;" value="">
          <mxGeometry height="50" relative="1" width="50" as="geometry">
            <mxPoint x="520" y="99.83" as="sourcePoint" />
            <mxPoint x="560" y="99.83" as="targetPoint" />
          </mxGeometry>
        </mxCell>
        <mxCell id="BZ9neWvH9tw47nREzwFn-13" edge="1" parent="1" style="endArrow=classic;html=1;rounded=0;" value="">
          <mxGeometry height="50" relative="1" width="50" as="geometry">
            <mxPoint x="520" y="119.83" as="sourcePoint" />
            <mxPoint x="560" y="119.83" as="targetPoint" />
          </mxGeometry>
        </mxCell>
        <mxCell id="BZ9neWvH9tw47nREzwFn-14" edge="1" parent="1" style="endArrow=classic;html=1;rounded=0;" value="">
          <mxGeometry height="50" relative="1" width="50" as="geometry">
            <mxPoint x="520" y="159.83" as="sourcePoint" />
            <mxPoint x="560" y="159.83" as="targetPoint" />
          </mxGeometry>
        </mxCell>
        <mxCell id="BZ9neWvH9tw47nREzwFn-15" edge="1" parent="1" style="endArrow=classic;html=1;rounded=0;" value="">
          <mxGeometry height="50" relative="1" width="50" as="geometry">
            <mxPoint x="520" y="140" as="sourcePoint" />
            <mxPoint x="560" y="140" as="targetPoint" />
          </mxGeometry>
        </mxCell>
        <mxCell id="BZ9neWvH9tw47nREzwFn-16" edge="1" parent="1" style="endArrow=classic;html=1;rounded=0;" value="">
          <mxGeometry height="50" relative="1" width="50" as="geometry">
            <mxPoint x="520" y="179.83" as="sourcePoint" />
            <mxPoint x="560" y="179.83" as="targetPoint" />
          </mxGeometry>
        </mxCell>
        <mxCell id="BZ9neWvH9tw47nREzwFn-17" edge="1" parent="1" style="endArrow=classic;html=1;rounded=0;" value="">
          <mxGeometry height="50" relative="1" width="50" as="geometry">
            <mxPoint x="520" y="200" as="sourcePoint" />
            <mxPoint x="560" y="200" as="targetPoint" />
          </mxGeometry>
        </mxCell>
        <mxCell id="BZ9neWvH9tw47nREzwFn-18" parent="1" style="text;html=1;whiteSpace=wrap;strokeColor=none;fillColor=none;align=center;verticalAlign=middle;rounded=0;fontStyle=1" value="HADDR[31:0]" vertex="1">
          <mxGeometry height="20" width="80" x="560" y="90" as="geometry" />
        </mxCell>
        <mxCell id="BZ9neWvH9tw47nREzwFn-19" parent="1" style="text;html=1;whiteSpace=wrap;strokeColor=none;fillColor=none;align=center;verticalAlign=middle;rounded=0;fontStyle=1" value="HWRITE" vertex="1">
          <mxGeometry height="20" width="60" x="560" y="110" as="geometry" />
        </mxCell>
        <mxCell id="BZ9neWvH9tw47nREzwFn-20" parent="1" style="text;html=1;whiteSpace=wrap;strokeColor=none;fillColor=none;align=center;verticalAlign=middle;rounded=0;fontStyle=1" value="HSIZE[2:0]" vertex="1">
          <mxGeometry height="20" width="70" x="560" y="130" as="geometry" />
        </mxCell>
        <mxCell id="BZ9neWvH9tw47nREzwFn-21" parent="1" style="text;html=1;whiteSpace=wrap;strokeColor=none;fillColor=none;align=center;verticalAlign=middle;rounded=0;fontStyle=1" value="HBURST[2:0]" vertex="1">
          <mxGeometry height="20" width="80" x="560" y="150" as="geometry" />
        </mxCell>
        <mxCell id="BZ9neWvH9tw47nREzwFn-22" parent="1" style="text;html=1;whiteSpace=wrap;strokeColor=none;fillColor=none;align=center;verticalAlign=middle;rounded=0;fontStyle=1" value="HPROT[3:0]" vertex="1">
          <mxGeometry height="20" width="80" x="560" y="170" as="geometry" />
        </mxCell>
        <mxCell id="BZ9neWvH9tw47nREzwFn-23" parent="1" style="text;html=1;whiteSpace=wrap;strokeColor=none;fillColor=none;align=center;verticalAlign=middle;rounded=0;fontStyle=1" value="HTRANS[1:0]" vertex="1">
          <mxGeometry height="20" width="80" x="560" y="190" as="geometry" />
        </mxCell>
        <mxCell id="BZ9neWvH9tw47nREzwFn-24" edge="1" parent="1" style="endArrow=classic;html=1;rounded=0;" value="">
          <mxGeometry height="50" relative="1" width="50" as="geometry">
            <mxPoint x="520" y="220" as="sourcePoint" />
            <mxPoint x="560" y="220" as="targetPoint" />
          </mxGeometry>
        </mxCell>
        <mxCell id="BZ9neWvH9tw47nREzwFn-25" parent="1" style="text;html=1;whiteSpace=wrap;strokeColor=none;fillColor=none;align=center;verticalAlign=middle;rounded=0;fontStyle=1" value="HMASTLOCK" vertex="1">
          <mxGeometry height="20" width="80" x="560" y="210" as="geometry" />
        </mxCell>
        <mxCell id="BZ9neWvH9tw47nREzwFn-26" edge="1" parent="1" style="endArrow=classic;html=1;rounded=0;" value="">
          <mxGeometry height="50" relative="1" width="50" as="geometry">
            <mxPoint x="520" y="259.8" as="sourcePoint" />
            <mxPoint x="560" y="259.8" as="targetPoint" />
          </mxGeometry>
        </mxCell>
        <mxCell id="BZ9neWvH9tw47nREzwFn-30" parent="1" style="text;html=1;whiteSpace=wrap;strokeColor=none;fillColor=none;align=center;verticalAlign=middle;rounded=0;fontStyle=1" value="HWDATA[31:0]" vertex="1">
          <mxGeometry height="20" width="95" x="555" y="250" as="geometry" />
        </mxCell>
        <mxCell id="BZ9neWvH9tw47nREzwFn-31" parent="1" style="rounded=0;whiteSpace=wrap;html=1;" value="&lt;font style=&quot;font-size: 16px;&quot;&gt;&lt;b&gt;Slave&lt;/b&gt;&lt;/font&gt;" vertex="1">
          <mxGeometry height="320" width="120" x="400" y="360" as="geometry" />
        </mxCell>
        <mxCell id="BZ9neWvH9tw47nREzwFn-32" edge="1" parent="1" style="endArrow=classic;html=1;rounded=0;" value="">
          <mxGeometry height="50" relative="1" width="50" as="geometry">
            <mxPoint x="360" y="489.83" as="sourcePoint" />
            <mxPoint x="400" y="489.83" as="targetPoint" />
          </mxGeometry>
        </mxCell>
        <mxCell id="BZ9neWvH9tw47nREzwFn-33" edge="1" parent="1" style="endArrow=classic;html=1;rounded=0;" value="">
          <mxGeometry height="50" relative="1" width="50" as="geometry">
            <mxPoint x="360" y="509.83" as="sourcePoint" />
            <mxPoint x="400" y="509.83" as="targetPoint" />
          </mxGeometry>
        </mxCell>
        <mxCell id="BZ9neWvH9tw47nREzwFn-34" edge="1" parent="1" style="endArrow=classic;html=1;rounded=0;" value="">
          <mxGeometry height="50" relative="1" width="50" as="geometry">
            <mxPoint x="360" y="549.83" as="sourcePoint" />
            <mxPoint x="400" y="549.83" as="targetPoint" />
          </mxGeometry>
        </mxCell>
        <mxCell id="BZ9neWvH9tw47nREzwFn-35" edge="1" parent="1" style="endArrow=classic;html=1;rounded=0;" value="">
          <mxGeometry height="50" relative="1" width="50" as="geometry">
            <mxPoint x="360" y="530" as="sourcePoint" />
            <mxPoint x="400" y="530" as="targetPoint" />
          </mxGeometry>
        </mxCell>
        <mxCell id="BZ9neWvH9tw47nREzwFn-36" edge="1" parent="1" style="endArrow=classic;html=1;rounded=0;" value="">
          <mxGeometry height="50" relative="1" width="50" as="geometry">
            <mxPoint x="360" y="569.83" as="sourcePoint" />
            <mxPoint x="400" y="569.83" as="targetPoint" />
          </mxGeometry>
        </mxCell>
        <mxCell id="BZ9neWvH9tw47nREzwFn-37" edge="1" parent="1" style="endArrow=classic;html=1;rounded=0;" value="">
          <mxGeometry height="50" relative="1" width="50" as="geometry">
            <mxPoint x="360" y="590" as="sourcePoint" />
            <mxPoint x="400" y="590" as="targetPoint" />
          </mxGeometry>
        </mxCell>
        <mxCell id="BZ9neWvH9tw47nREzwFn-38" parent="1" style="text;html=1;whiteSpace=wrap;strokeColor=none;fillColor=none;align=center;verticalAlign=middle;rounded=0;fontStyle=1" value="HADDR[31:0]" vertex="1">
          <mxGeometry height="20" width="80" x="275" y="480" as="geometry" />
        </mxCell>
        <mxCell id="BZ9neWvH9tw47nREzwFn-39" parent="1" style="text;html=1;whiteSpace=wrap;strokeColor=none;fillColor=none;align=center;verticalAlign=middle;rounded=0;fontStyle=1" value="HWRITE" vertex="1">
          <mxGeometry height="20" width="60" x="275" y="500" as="geometry" />
        </mxCell>
        <mxCell id="BZ9neWvH9tw47nREzwFn-40" parent="1" style="text;html=1;whiteSpace=wrap;strokeColor=none;fillColor=none;align=center;verticalAlign=middle;rounded=0;fontStyle=1" value="HSIZE[2:0]" vertex="1">
          <mxGeometry height="20" width="70" x="275" y="520" as="geometry" />
        </mxCell>
        <mxCell id="BZ9neWvH9tw47nREzwFn-41" parent="1" style="text;html=1;whiteSpace=wrap;strokeColor=none;fillColor=none;align=center;verticalAlign=middle;rounded=0;fontStyle=1" value="HBURST[2:0]" vertex="1">
          <mxGeometry height="20" width="80" x="275" y="540" as="geometry" />
        </mxCell>
        <mxCell id="BZ9neWvH9tw47nREzwFn-42" parent="1" style="text;html=1;whiteSpace=wrap;strokeColor=none;fillColor=none;align=center;verticalAlign=middle;rounded=0;fontStyle=1" value="HPROT[3:0]" vertex="1">
          <mxGeometry height="20" width="80" x="275" y="560" as="geometry" />
        </mxCell>
        <mxCell id="BZ9neWvH9tw47nREzwFn-43" parent="1" style="text;html=1;whiteSpace=wrap;strokeColor=none;fillColor=none;align=center;verticalAlign=middle;rounded=0;fontStyle=1" value="HTRANS[1:0]" vertex="1">
          <mxGeometry height="20" width="80" x="275" y="580" as="geometry" />
        </mxCell>
        <mxCell id="BZ9neWvH9tw47nREzwFn-44" edge="1" parent="1" style="endArrow=classic;html=1;rounded=0;" value="">
          <mxGeometry height="50" relative="1" width="50" as="geometry">
            <mxPoint x="360" y="610" as="sourcePoint" />
            <mxPoint x="400" y="610" as="targetPoint" />
          </mxGeometry>
        </mxCell>
        <mxCell id="BZ9neWvH9tw47nREzwFn-45" parent="1" style="text;html=1;whiteSpace=wrap;strokeColor=none;fillColor=none;align=center;verticalAlign=middle;rounded=0;fontStyle=1" value="HMASTLOCK" vertex="1">
          <mxGeometry height="20" width="80" x="275" y="600" as="geometry" />
        </mxCell>
        <mxCell id="BZ9neWvH9tw47nREzwFn-46" edge="1" parent="1" style="endArrow=classic;html=1;rounded=0;" value="">
          <mxGeometry height="50" relative="1" width="50" as="geometry">
            <mxPoint x="360" y="649.8" as="sourcePoint" />
            <mxPoint x="400" y="649.8" as="targetPoint" />
          </mxGeometry>
        </mxCell>
        <mxCell id="BZ9neWvH9tw47nREzwFn-47" parent="1" style="text;html=1;whiteSpace=wrap;strokeColor=none;fillColor=none;align=center;verticalAlign=middle;rounded=0;fontStyle=1" value="HWDATA[31:0]" vertex="1">
          <mxGeometry height="20" width="95" x="270" y="640" as="geometry" />
        </mxCell>
        <mxCell id="BZ9neWvH9tw47nREzwFn-49" edge="1" parent="1" style="endArrow=classic;html=1;rounded=0;" value="">
          <mxGeometry height="50" relative="1" width="50" as="geometry">
            <mxPoint x="360" y="380" as="sourcePoint" />
            <mxPoint x="400" y="380" as="targetPoint" />
          </mxGeometry>
        </mxCell>
        <mxCell id="BZ9neWvH9tw47nREzwFn-50" edge="1" parent="1" style="endArrow=classic;html=1;rounded=0;" value="">
          <mxGeometry height="50" relative="1" width="50" as="geometry">
            <mxPoint x="360" y="400" as="sourcePoint" />
            <mxPoint x="400" y="400" as="targetPoint" />
          </mxGeometry>
        </mxCell>
        <mxCell id="BZ9neWvH9tw47nREzwFn-51" edge="1" parent="1" style="endArrow=classic;html=1;rounded=0;" value="">
          <mxGeometry height="50" relative="1" width="50" as="geometry">
            <mxPoint x="360" y="440" as="sourcePoint" />
            <mxPoint x="400" y="440" as="targetPoint" />
          </mxGeometry>
        </mxCell>
        <mxCell id="BZ9neWvH9tw47nREzwFn-52" parent="1" style="text;html=1;whiteSpace=wrap;strokeColor=none;fillColor=none;align=center;verticalAlign=middle;rounded=0;fontStyle=1" value="HCLK" vertex="1">
          <mxGeometry height="20" width="40" x="320" y="370" as="geometry" />
        </mxCell>
        <mxCell id="BZ9neWvH9tw47nREzwFn-53" parent="1" style="text;html=1;whiteSpace=wrap;strokeColor=none;fillColor=none;align=center;verticalAlign=middle;rounded=0;fontStyle=1" value="HRESETn" vertex="1">
          <mxGeometry height="20" width="60" x="300" y="390" as="geometry" />
        </mxCell>
        <mxCell id="BZ9neWvH9tw47nREzwFn-54" parent="1" style="shape=curlyBracket;whiteSpace=wrap;html=1;rounded=1;labelPosition=left;verticalLabelPosition=middle;align=right;verticalAlign=middle;" value="" vertex="1">
          <mxGeometry height="35" width="20" x="230" y="90" as="geometry" />
        </mxCell>
        <mxCell id="BZ9neWvH9tw47nREzwFn-55" parent="1" style="text;html=1;whiteSpace=wrap;strokeColor=none;fillColor=none;align=center;verticalAlign=middle;rounded=0;fontStyle=1" value="HRESP" vertex="1">
          <mxGeometry height="20" width="60" x="300" y="170" as="geometry" />
        </mxCell>
        <mxCell id="BZ9neWvH9tw47nREzwFn-56" parent="1" style="shape=curlyBracket;whiteSpace=wrap;html=1;rounded=1;labelPosition=left;verticalLabelPosition=middle;align=right;verticalAlign=middle;" value="" vertex="1">
          <mxGeometry height="140" width="20" x="230" y="480" as="geometry" />
        </mxCell>
        <mxCell id="BZ9neWvH9tw47nREzwFn-57" parent="1" style="shape=curlyBracket;whiteSpace=wrap;html=1;rounded=1;labelPosition=left;verticalLabelPosition=middle;align=right;verticalAlign=middle;rotation=-180;" value="" vertex="1">
          <mxGeometry height="135" width="20" x="650" y="90" as="geometry" />
        </mxCell>
        <mxCell id="BZ9neWvH9tw47nREzwFn-58" parent="1" style="text;html=1;whiteSpace=wrap;strokeColor=none;fillColor=none;align=center;verticalAlign=middle;rounded=0;fontStyle=1" value="&lt;span style=&quot;font-weight: normal;&quot;&gt;Global signals&lt;/span&gt;" vertex="1">
          <mxGeometry height="20" width="90" x="140" y="97.5" as="geometry" />
        </mxCell>
        <mxCell id="BZ9neWvH9tw47nREzwFn-59" parent="1" style="text;html=1;whiteSpace=wrap;strokeColor=none;fillColor=none;align=center;verticalAlign=middle;rounded=0;fontStyle=1" value="&lt;span style=&quot;font-weight: normal;&quot;&gt;Transfer response&lt;/span&gt;" vertex="1">
          <mxGeometry height="20" width="60" x="170" y="157.5" as="geometry" />
        </mxCell>
        <mxCell id="BZ9neWvH9tw47nREzwFn-60" parent="1" style="text;html=1;whiteSpace=wrap;strokeColor=none;fillColor=none;align=center;verticalAlign=middle;rounded=0;fontStyle=1" value="&lt;span style=&quot;font-weight: normal;&quot;&gt;Data&lt;/span&gt;" vertex="1">
          <mxGeometry height="20" width="60" x="170" y="250" as="geometry" />
        </mxCell>
        <mxCell id="BZ9neWvH9tw47nREzwFn-61" parent="1" style="text;html=1;whiteSpace=wrap;strokeColor=none;fillColor=none;align=center;verticalAlign=middle;rounded=0;fontStyle=1" value="&lt;span style=&quot;font-weight: normal;&quot;&gt;Address and control signals&lt;/span&gt;" vertex="1">
          <mxGeometry height="37.5" width="90" x="670" y="140" as="geometry" />
        </mxCell>
        <mxCell id="BZ9neWvH9tw47nREzwFn-62" parent="1" style="shape=curlyBracket;whiteSpace=wrap;html=1;rounded=1;labelPosition=left;verticalLabelPosition=middle;align=right;verticalAlign=middle;" value="" vertex="1">
          <mxGeometry height="35" width="20" x="230" y="150" as="geometry" />
        </mxCell>
        <mxCell id="BZ9neWvH9tw47nREzwFn-63" parent="1" style="text;html=1;whiteSpace=wrap;strokeColor=none;fillColor=none;align=center;verticalAlign=middle;rounded=0;fontStyle=1" value="&lt;span style=&quot;font-weight: normal;&quot;&gt;Address and control signals&lt;/span&gt;" vertex="1">
          <mxGeometry height="37.5" width="90" x="140" y="531" as="geometry" />
        </mxCell>
        <mxCell id="BZ9neWvH9tw47nREzwFn-64" parent="1" style="shape=curlyBracket;whiteSpace=wrap;html=1;rounded=1;labelPosition=left;verticalLabelPosition=middle;align=right;verticalAlign=middle;" value="" vertex="1">
          <mxGeometry height="35" width="20" x="230" y="375" as="geometry" />
        </mxCell>
        <mxCell id="BZ9neWvH9tw47nREzwFn-65" parent="1" style="text;html=1;whiteSpace=wrap;strokeColor=none;fillColor=none;align=center;verticalAlign=middle;rounded=0;fontStyle=1" value="&lt;span style=&quot;font-weight: normal;&quot;&gt;Global signals&lt;/span&gt;" vertex="1">
          <mxGeometry height="20" width="90" x="140" y="382.5" as="geometry" />
        </mxCell>
        <mxCell id="BZ9neWvH9tw47nREzwFn-66" parent="1" style="text;html=1;whiteSpace=wrap;strokeColor=none;fillColor=none;align=center;verticalAlign=middle;rounded=0;fontStyle=1" value="&lt;span style=&quot;font-weight: normal;&quot;&gt;Data&lt;/span&gt;" vertex="1">
          <mxGeometry height="20" width="60" x="670" y="250" as="geometry" />
        </mxCell>
        <mxCell id="BZ9neWvH9tw47nREzwFn-67" edge="1" parent="1" style="endArrow=classic;html=1;rounded=0;" value="">
          <mxGeometry height="50" relative="1" width="50" as="geometry">
            <mxPoint x="520" y="490" as="sourcePoint" />
            <mxPoint x="560" y="490" as="targetPoint" />
          </mxGeometry>
        </mxCell>
        <mxCell id="BZ9neWvH9tw47nREzwFn-68" edge="1" parent="1" style="endArrow=classic;html=1;rounded=0;" value="">
          <mxGeometry height="50" relative="1" width="50" as="geometry">
            <mxPoint x="520" y="510" as="sourcePoint" />
            <mxPoint x="560" y="510" as="targetPoint" />
          </mxGeometry>
        </mxCell>
        <mxCell id="BZ9neWvH9tw47nREzwFn-69" parent="1" style="text;html=1;whiteSpace=wrap;strokeColor=none;fillColor=none;align=center;verticalAlign=middle;rounded=0;fontStyle=1" value="HREADY" vertex="1">
          <mxGeometry height="20" width="60" x="560" y="480" as="geometry" />
        </mxCell>
        <mxCell id="BZ9neWvH9tw47nREzwFn-70" parent="1" style="text;html=1;whiteSpace=wrap;strokeColor=none;fillColor=none;align=center;verticalAlign=middle;rounded=0;fontStyle=1" value="HRESP" vertex="1">
          <mxGeometry height="20" width="60" x="560" y="500" as="geometry" />
        </mxCell>
        <mxCell id="BZ9neWvH9tw47nREzwFn-71" edge="1" parent="1" style="endArrow=classic;html=1;rounded=0;" value="">
          <mxGeometry height="50" relative="1" width="50" as="geometry">
            <mxPoint x="520" y="649.6600000000001" as="sourcePoint" />
            <mxPoint x="560" y="649.6600000000001" as="targetPoint" />
          </mxGeometry>
        </mxCell>
        <mxCell id="BZ9neWvH9tw47nREzwFn-72" parent="1" style="text;html=1;whiteSpace=wrap;strokeColor=none;fillColor=none;align=center;verticalAlign=middle;rounded=0;fontStyle=1" value="HRDATA[31:0]" vertex="1">
          <mxGeometry height="20" width="90" x="560" y="640" as="geometry" />
        </mxCell>
        <mxCell id="BZ9neWvH9tw47nREzwFn-73" parent="1" style="text;html=1;whiteSpace=wrap;strokeColor=none;fillColor=none;align=center;verticalAlign=middle;rounded=0;fontStyle=1" value="&lt;span style=&quot;font-weight: normal;&quot;&gt;Data&lt;/span&gt;" vertex="1">
          <mxGeometry height="20" width="60" x="155" y="640" as="geometry" />
        </mxCell>
        <mxCell id="BZ9neWvH9tw47nREzwFn-74" parent="1" style="text;html=1;whiteSpace=wrap;strokeColor=none;fillColor=none;align=center;verticalAlign=middle;rounded=0;fontStyle=1" value="&lt;span style=&quot;font-weight: normal;&quot;&gt;Data&lt;/span&gt;" vertex="1">
          <mxGeometry height="20" width="50" x="675" y="640" as="geometry" />
        </mxCell>
        <mxCell id="BZ9neWvH9tw47nREzwFn-75" parent="1" style="text;html=1;whiteSpace=wrap;strokeColor=none;fillColor=none;align=center;verticalAlign=middle;rounded=0;fontStyle=1" value="&lt;span style=&quot;font-weight: normal;&quot;&gt;Transfer response&lt;/span&gt;" vertex="1">
          <mxGeometry height="20" width="60" x="670" y="487.5" as="geometry" />
        </mxCell>
        <mxCell id="BZ9neWvH9tw47nREzwFn-76" parent="1" style="shape=curlyBracket;whiteSpace=wrap;html=1;rounded=1;labelPosition=left;verticalLabelPosition=middle;align=right;verticalAlign=middle;rotation=-180;" value="" vertex="1">
          <mxGeometry height="35" width="20" x="640" y="480" as="geometry" />
        </mxCell>
        <mxCell id="BZ9neWvH9tw47nREzwFn-77" parent="1" style="text;html=1;whiteSpace=wrap;strokeColor=none;fillColor=none;align=center;verticalAlign=middle;rounded=0;fontStyle=1" value="&lt;span style=&quot;font-weight: normal;&quot;&gt;Select signal&lt;/span&gt;" vertex="1">
          <mxGeometry height="20" width="90" x="140" y="430" as="geometry" />
        </mxCell>
      </root>
    </mxGraphModel>
  </diagram>
  <diagram id="Hd4ECfvz_bm4RMetZK8C" name="Master Interface">
    <mxGraphModel dx="764" dy="1105" grid="1" gridSize="10" guides="1" tooltips="1" connect="1" arrows="1" fold="1" page="1" pageScale="1" pageWidth="850" pageHeight="1100" math="0" shadow="0">
      <root>
        <mxCell id="0" />
        <mxCell id="1" parent="0" />
      </root>
    </mxGraphModel>
  </diagram>
  <diagram id="AYzUWjTrgIps4r00h7mQ" name="Master FSM">
    <mxGraphModel dx="437" dy="631" grid="1" gridSize="10" guides="1" tooltips="1" connect="1" arrows="1" fold="1" page="1" pageScale="1" pageWidth="850" pageHeight="1100" math="0" shadow="0">
      <root>
        <mxCell id="0" />
        <mxCell id="1" parent="0" />
        <mxCell id="gUlQ52oibdo8bB1fHUDe-6" edge="1" parent="1" source="gUlQ52oibdo8bB1fHUDe-1" style="edgeStyle=orthogonalEdgeStyle;rounded=0;orthogonalLoop=1;jettySize=auto;html=1;exitX=1;exitY=0.5;exitDx=0;exitDy=0;entryX=0;entryY=0.5;entryDx=0;entryDy=0;" target="gUlQ52oibdo8bB1fHUDe-2">
          <mxGeometry relative="1" as="geometry" />
        </mxCell>
        <mxCell id="gUlQ52oibdo8bB1fHUDe-8" edge="1" parent="1" source="gUlQ52oibdo8bB1fHUDe-1" style="edgeStyle=orthogonalEdgeStyle;rounded=0;orthogonalLoop=1;jettySize=auto;html=1;entryX=0.5;entryY=0;entryDx=0;entryDy=0;" target="gUlQ52oibdo8bB1fHUDe-5">
          <mxGeometry relative="1" as="geometry" />
        </mxCell>
        <mxCell id="gUlQ52oibdo8bB1fHUDe-1" parent="1" style="ellipse;whiteSpace=wrap;html=1;" value="IDLE" vertex="1">
          <mxGeometry height="80" width="120" x="200" y="200" as="geometry" />
        </mxCell>
        <mxCell id="gUlQ52oibdo8bB1fHUDe-7" edge="1" parent="1" source="gUlQ52oibdo8bB1fHUDe-2" style="edgeStyle=orthogonalEdgeStyle;rounded=0;orthogonalLoop=1;jettySize=auto;html=1;entryX=0.5;entryY=0;entryDx=0;entryDy=0;" target="gUlQ52oibdo8bB1fHUDe-3">
          <mxGeometry relative="1" as="geometry" />
        </mxCell>
        <mxCell id="gUlQ52oibdo8bB1fHUDe-2" parent="1" style="ellipse;whiteSpace=wrap;html=1;" value="WR_ADDR_PHASE" vertex="1">
          <mxGeometry height="80" width="120" x="440" y="200" as="geometry" />
        </mxCell>
        <mxCell id="gUlQ52oibdo8bB1fHUDe-10" edge="1" parent="1" source="gUlQ52oibdo8bB1fHUDe-3" style="edgeStyle=orthogonalEdgeStyle;rounded=0;orthogonalLoop=1;jettySize=auto;html=1;entryX=0.5;entryY=0;entryDx=0;entryDy=0;" target="gUlQ52oibdo8bB1fHUDe-9">
          <mxGeometry relative="1" as="geometry" />
        </mxCell>
        <mxCell id="8WBKzOnGMAMBHIHuB8Qa-4" edge="1" parent="1" source="gUlQ52oibdo8bB1fHUDe-3" style="edgeStyle=orthogonalEdgeStyle;rounded=0;orthogonalLoop=1;jettySize=auto;html=1;entryX=1;entryY=0.5;entryDx=0;entryDy=0;" target="gUlQ52oibdo8bB1fHUDe-5">
          <mxGeometry relative="1" as="geometry" />
        </mxCell>
        <mxCell id="gUlQ52oibdo8bB1fHUDe-3" parent="1" style="ellipse;whiteSpace=wrap;html=1;" value="WR_DATA_PHASE" vertex="1">
          <mxGeometry height="80" width="120" x="440" y="360" as="geometry" />
        </mxCell>
        <mxCell id="gUlQ52oibdo8bB1fHUDe-11" edge="1" parent="1" source="gUlQ52oibdo8bB1fHUDe-4" style="edgeStyle=orthogonalEdgeStyle;rounded=0;orthogonalLoop=1;jettySize=auto;html=1;entryX=0;entryY=0.5;entryDx=0;entryDy=0;" target="gUlQ52oibdo8bB1fHUDe-9">
          <mxGeometry relative="1" as="geometry" />
        </mxCell>
        <mxCell id="8WBKzOnGMAMBHIHuB8Qa-6" edge="1" parent="1" source="gUlQ52oibdo8bB1fHUDe-4" style="edgeStyle=orthogonalEdgeStyle;rounded=0;orthogonalLoop=1;jettySize=auto;html=1;exitX=0;exitY=0.5;exitDx=0;exitDy=0;entryX=0;entryY=0.5;entryDx=0;entryDy=0;" target="gUlQ52oibdo8bB1fHUDe-1">
          <mxGeometry relative="1" as="geometry">
            <Array as="points">
              <mxPoint x="160.03" y="560.03" />
              <mxPoint x="160.03" y="240.03" />
            </Array>
          </mxGeometry>
        </mxCell>
        <mxCell id="gUlQ52oibdo8bB1fHUDe-4" parent="1" style="ellipse;whiteSpace=wrap;html=1;" value="RD_DATA_PHASE" vertex="1">
          <mxGeometry height="80" width="120" x="200" y="520" as="geometry" />
        </mxCell>
        <mxCell id="8WBKzOnGMAMBHIHuB8Qa-3" edge="1" parent="1" source="gUlQ52oibdo8bB1fHUDe-5" style="edgeStyle=orthogonalEdgeStyle;rounded=0;orthogonalLoop=1;jettySize=auto;html=1;" target="gUlQ52oibdo8bB1fHUDe-4" value="">
          <mxGeometry relative="1" as="geometry" />
        </mxCell>
        <mxCell id="gUlQ52oibdo8bB1fHUDe-5" parent="1" style="ellipse;whiteSpace=wrap;html=1;" value="RD_ADDR_PHASE" vertex="1">
          <mxGeometry height="80" width="120" x="200" y="360" as="geometry" />
        </mxCell>
        <mxCell id="gUlQ52oibdo8bB1fHUDe-9" parent="1" style="ellipse;whiteSpace=wrap;html=1;" value="WAIT_STATE" vertex="1">
          <mxGeometry height="80" width="120" x="440" y="520" as="geometry" />
        </mxCell>
        <mxCell id="8WBKzOnGMAMBHIHuB8Qa-1" edge="1" parent="1" source="gUlQ52oibdo8bB1fHUDe-5" style="endArrow=classic;html=1;rounded=0;entryX=0;entryY=0;entryDx=0;entryDy=0;exitX=1;exitY=1;exitDx=0;exitDy=0;" target="gUlQ52oibdo8bB1fHUDe-9" value="">
          <mxGeometry height="50" relative="1" width="50" as="geometry">
            <mxPoint x="350" y="490" as="sourcePoint" />
            <mxPoint x="400" y="440" as="targetPoint" />
          </mxGeometry>
        </mxCell>
        <mxCell id="8WBKzOnGMAMBHIHuB8Qa-5" edge="1" parent="1" source="gUlQ52oibdo8bB1fHUDe-3" style="endArrow=classic;html=1;rounded=0;exitX=0;exitY=0;exitDx=0;exitDy=0;entryX=1;entryY=1;entryDx=0;entryDy=0;" target="gUlQ52oibdo8bB1fHUDe-1" value="">
          <mxGeometry height="50" relative="1" width="50" as="geometry">
            <mxPoint x="370" y="340" as="sourcePoint" />
            <mxPoint x="420" y="290" as="targetPoint" />
          </mxGeometry>
        </mxCell>
      </root>
    </mxGraphModel>
  </diagram>
</mxfile>
